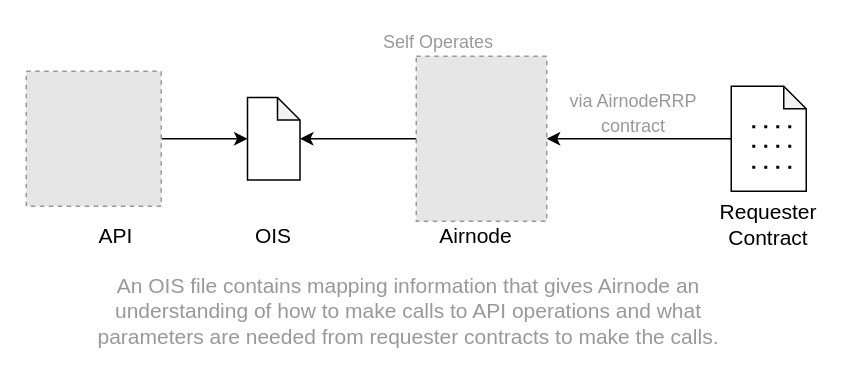
api3dao/old-api3-docs keeps this draw.io diagram as docs/airnode/next/assets/diagrams/api-integration-ois.drawio. Above is the earlier version. Source tidied: cells renumbered, new cells numbered last; positions are measured from the earlier drawing's top-left corner, leaving out a move shared by most shapes. Both pictures are drawn from the tidied source at 150%, with x=0, y=0 at pixel (26, 26). Pictures stored in the file or linked from it are replaced by grey dashed boxes.
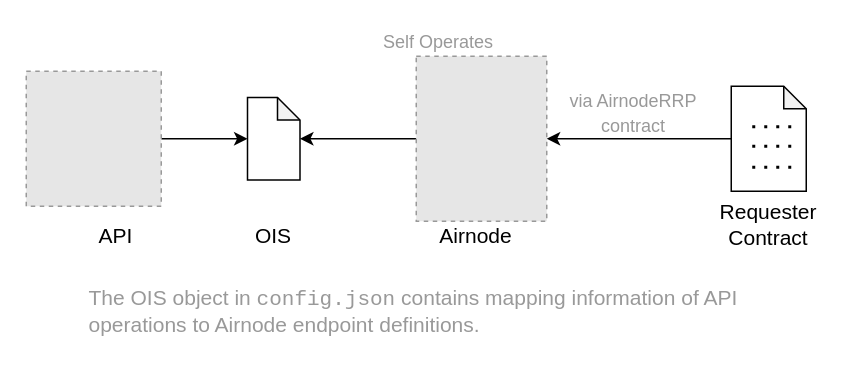
The same diagram, later.

The edit, as a diff of the source:
```diff
@@
-    <mxCell id="11" value="An OIS file contains mapping information that gives Airnode an understanding of how to make calls to API operations and what parameters are needed from requester contracts to make the calls." style="text;html=1;strokeColor=none;fillColor=none;align=center;verticalAlign=middle;whiteSpace=wrap;rounded=0;fontSize=14;fontColor=#999999;" parent="1" vertex="1">
-      <mxGeometry x="35" y="180" width="440" height="20" as="geometry" />
-    </mxCell>
@@
+    <mxCell id="19" value="The OIS object in &lt;font face=&quot;Courier New&quot;&gt;config.json&lt;/font&gt; contains mapping information of API operations to Airnode endpoint definitions.&amp;nbsp;" style="text;html=1;strokeColor=none;fillColor=none;align=left;verticalAlign=middle;whiteSpace=wrap;rounded=0;fontSize=14;fontColor=#999999;" parent="1" vertex="1">
+      <mxGeometry x="40" y="160" width="440" height="60" as="geometry" />
+    </mxCell>
```
